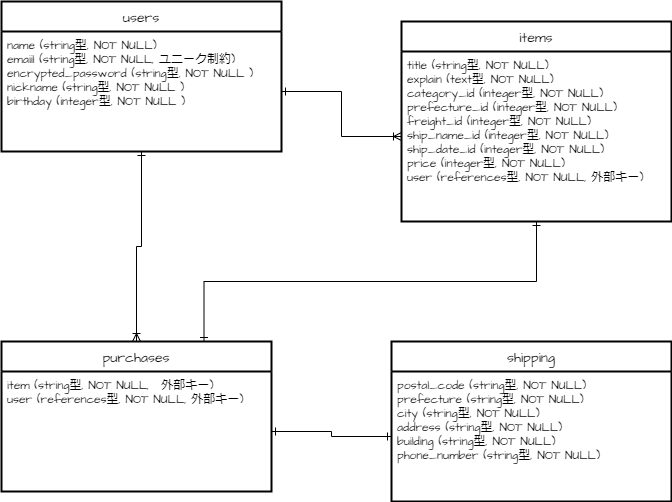
Earlier version of the draw.io export test.drawio.png (emaema1128/furima2-40118). Source tidied: cells renumbered, new cells last; positions are measured from the earlier drawing's top-left corner, leaving out a move shared by most shapes. Its diagram source:
```xml
<mxGraphModel>
  <root>
    <mxCell id="0" />
    <mxCell id="1" parent="0" />
    <mxCell id="2" value="users" style="swimlane;horizontal=1;startSize=30;rounded=0;fontSize=14;fontStyle=0;strokeWidth=2;shadow=0;dashed=0;align=center;hachureGap=4;fontFamily=Architects Daughter;fontSource=https%3A%2F%2Ffonts.googleapis.com%2Fcss%3Ffamily%3DArchitects%2BDaughter;" parent="1" vertex="1">
      <mxGeometry width="280" height="150" as="geometry" />
    </mxCell>
    <mxCell id="3" value="name (string型, NOT NULL)&#10;emaiil (string型, NOT NULL, ユニーク制約)&#10;encrypted_password (string型, NOT NULL )&#10;nickname (string型, NOT NULL )&#10;birthday (integer型, NOT NULL )" style="align=left;strokeColor=none;fillColor=none;spacingLeft=4;fontSize=12;verticalAlign=top;hachureGap=4;fontFamily=Architects Daughter;fontSource=https%3A%2F%2Ffonts.googleapis.com%2Fcss%3Ffamily%3DArchitects%2BDaughter;rounded=0;" parent="2" vertex="1">
      <mxGeometry y="30" width="280" height="120" as="geometry" />
    </mxCell>
    <mxCell id="4" value="purchases" style="swimlane;horizontal=1;startSize=30;rounded=0;fontSize=14;fontStyle=0;strokeWidth=2;shadow=0;dashed=0;align=center;hachureGap=4;fontFamily=Architects Daughter;fontSource=https%3A%2F%2Ffonts.googleapis.com%2Fcss%3Ffamily%3DArchitects%2BDaughter;swimlaneLine=1;" parent="1" vertex="1">
      <mxGeometry y="340" width="270" height="150" as="geometry" />
    </mxCell>
    <mxCell id="5" value="item (string型, NOT NULL,　外部キー)  &#10;user (references型, NOT NULL, 外部キー)" style="align=left;strokeColor=none;fillColor=none;spacingLeft=4;fontSize=12;verticalAlign=top;hachureGap=4;fontFamily=Architects Daughter;fontSource=https%3A%2F%2Ffonts.googleapis.com%2Fcss%3Ffamily%3DArchitects%2BDaughter;rounded=0;" parent="4" vertex="1">
      <mxGeometry y="30" width="270" height="120" as="geometry" />
    </mxCell>
    <mxCell id="6" value="items" style="swimlane;horizontal=1;startSize=30;rounded=0;fontSize=14;fontStyle=0;strokeWidth=2;shadow=0;dashed=0;align=center;hachureGap=4;fontFamily=Architects Daughter;fontSource=https%3A%2F%2Ffonts.googleapis.com%2Fcss%3Ffamily%3DArchitects%2BDaughter;" parent="1" vertex="1">
      <mxGeometry x="400" y="20" width="270" height="200" as="geometry" />
    </mxCell>
    <mxCell id="7" value="title (string型, NOT NULL)&#10;explain (text型, NOT NULL)&#10;category_id (integer型, NOT NULL)&#10;prefecture_id (integer型, NOT NULL)&#10;freight_id (integer型, NOT NULL)&#10;ship_name_id (integer型, NOT NULL)&#10;ship_date_id (integer型, NOT NULL)&#10;price (integer型, NOT NULL)&#10;user (references型, NOT NULL, 外部キー)" style="align=left;strokeColor=none;fillColor=none;spacingLeft=4;fontSize=12;verticalAlign=top;hachureGap=4;fontFamily=Architects Daughter;fontSource=https%3A%2F%2Ffonts.googleapis.com%2Fcss%3Ffamily%3DArchitects%2BDaughter;rounded=0;" parent="6" vertex="1">
      <mxGeometry y="30" width="270" height="170" as="geometry" />
    </mxCell>
    <mxCell id="8" value="shipping" style="swimlane;horizontal=1;startSize=30;rounded=0;fontSize=14;fontStyle=0;strokeWidth=2;shadow=0;align=center;hachureGap=4;fontFamily=Architects Daughter;fontSource=https%3A%2F%2Ffonts.googleapis.com%2Fcss%3Ffamily%3DArchitects%2BDaughter;" parent="1" vertex="1">
      <mxGeometry x="390" y="340" width="280" height="160" as="geometry" />
    </mxCell>
    <mxCell id="9" value="postal_code (string型, NOT NULL)&#10;prefecture (string型, NOT NULL)&#10;city (string型, NOT NULL)&#10;address (string型, NOT NULL)&#10;building (string型, NOT NULL)&#10;phone_number (string型, NOT NULL)&#10;" style="align=left;strokeColor=none;fillColor=none;spacingLeft=4;fontSize=12;verticalAlign=top;hachureGap=4;fontFamily=Architects Daughter;fontSource=https%3A%2F%2Ffonts.googleapis.com%2Fcss%3Ffamily%3DArchitects%2BDaughter;rounded=0;" parent="8" vertex="1">
      <mxGeometry y="30" width="280" height="130" as="geometry" />
    </mxCell>
    <mxCell id="10" style="edgeStyle=orthogonalEdgeStyle;rounded=0;html=1;exitX=1;exitY=0.5;exitDx=0;exitDy=0;entryX=0;entryY=0.5;entryDx=0;entryDy=0;strokeColor=default;startArrow=ERone;startFill=0;endArrow=ERoneToMany;endFill=0;" parent="1" edge="1" source="3" target="7">
      <mxGeometry relative="1" as="geometry" />
    </mxCell>
    <mxCell id="11" style="edgeStyle=orthogonalEdgeStyle;rounded=0;html=1;exitX=0.5;exitY=1;exitDx=0;exitDy=0;entryX=0.5;entryY=0;entryDx=0;entryDy=0;strokeColor=default;startArrow=ERone;startFill=0;endArrow=ERoneToMany;endFill=0;" parent="1" edge="1" source="3" target="4">
      <mxGeometry relative="1" as="geometry" />
    </mxCell>
    <mxCell id="12" style="edgeStyle=orthogonalEdgeStyle;rounded=0;html=1;exitX=1;exitY=0.5;exitDx=0;exitDy=0;strokeColor=default;startArrow=ERone;startFill=0;endArrow=ERone;endFill=0;entryX=0;entryY=0.5;entryDx=0;entryDy=0;" parent="1" edge="1" source="5" target="9">
      <mxGeometry relative="1" as="geometry" />
    </mxCell>
    <mxCell id="13" style="edgeStyle=orthogonalEdgeStyle;rounded=0;html=1;exitX=0.5;exitY=1;exitDx=0;exitDy=0;entryX=0.75;entryY=0;entryDx=0;entryDy=0;strokeColor=default;startArrow=ERone;startFill=0;endArrow=ERone;endFill=0;" parent="1" edge="1" source="7" target="4">
      <mxGeometry relative="1" as="geometry" />
    </mxCell>
  </root>
</mxGraphModel>
```
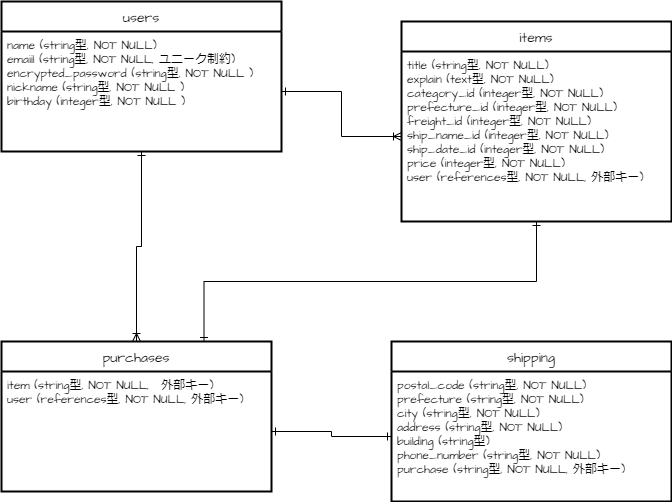
Later version of the same file.

Diff of the diagram source:
```diff
@@ -23,7 +23,7 @@
     <mxCell id="8" value="shipping" style="swimlane;horizontal=1;startSize=30;rounded=0;fontSize=14;fontStyle=0;strokeWidth=2;shadow=0;align=center;hachureGap=4;fontFamily=Architects Daughter;fontSource=https%3A%2F%2Ffonts.googleapis.com%2Fcss%3Ffamily%3DArchitects%2BDaughter;" parent="1" vertex="1">
       <mxGeometry x="390" y="340" width="280" height="160" as="geometry" />
     </mxCell>
-    <mxCell id="9" value="postal_code (string型, NOT NULL)&#10;prefecture (string型, NOT NULL)&#10;city (string型, NOT NULL)&#10;address (string型, NOT NULL)&#10;building (string型, NOT NULL)&#10;phone_number (string型, NOT NULL)&#10;" style="align=left;strokeColor=none;fillColor=none;spacingLeft=4;fontSize=12;verticalAlign=top;hachureGap=4;fontFamily=Architects Daughter;fontSource=https%3A%2F%2Ffonts.googleapis.com%2Fcss%3Ffamily%3DArchitects%2BDaughter;rounded=0;" parent="8" vertex="1">
+    <mxCell id="9" value="postal_code (string型, NOT NULL)&#10;prefecture (string型, NOT NULL)&#10;city (string型, NOT NULL)&#10;address (string型, NOT NULL)&#10;building (string型)&#10;phone_number (string型, NOT NULL)&#10;purchase (string型, NOT NULL, 外部キー)&#10;" style="align=left;strokeColor=none;fillColor=none;spacingLeft=4;fontSize=12;verticalAlign=top;hachureGap=4;fontFamily=Architects Daughter;fontSource=https%3A%2F%2Ffonts.googleapis.com%2Fcss%3Ffamily%3DArchitects%2BDaughter;rounded=0;" parent="8" vertex="1">
       <mxGeometry y="30" width="280" height="130" as="geometry" />
     </mxCell>
     <mxCell id="10" style="edgeStyle=orthogonalEdgeStyle;rounded=0;html=1;exitX=1;exitY=0.5;exitDx=0;exitDy=0;entryX=0;entryY=0.5;entryDx=0;entryDy=0;strokeColor=default;startArrow=ERone;startFill=0;endArrow=ERoneToMany;endFill=0;" parent="1" edge="1" source="3" target="7">
```
